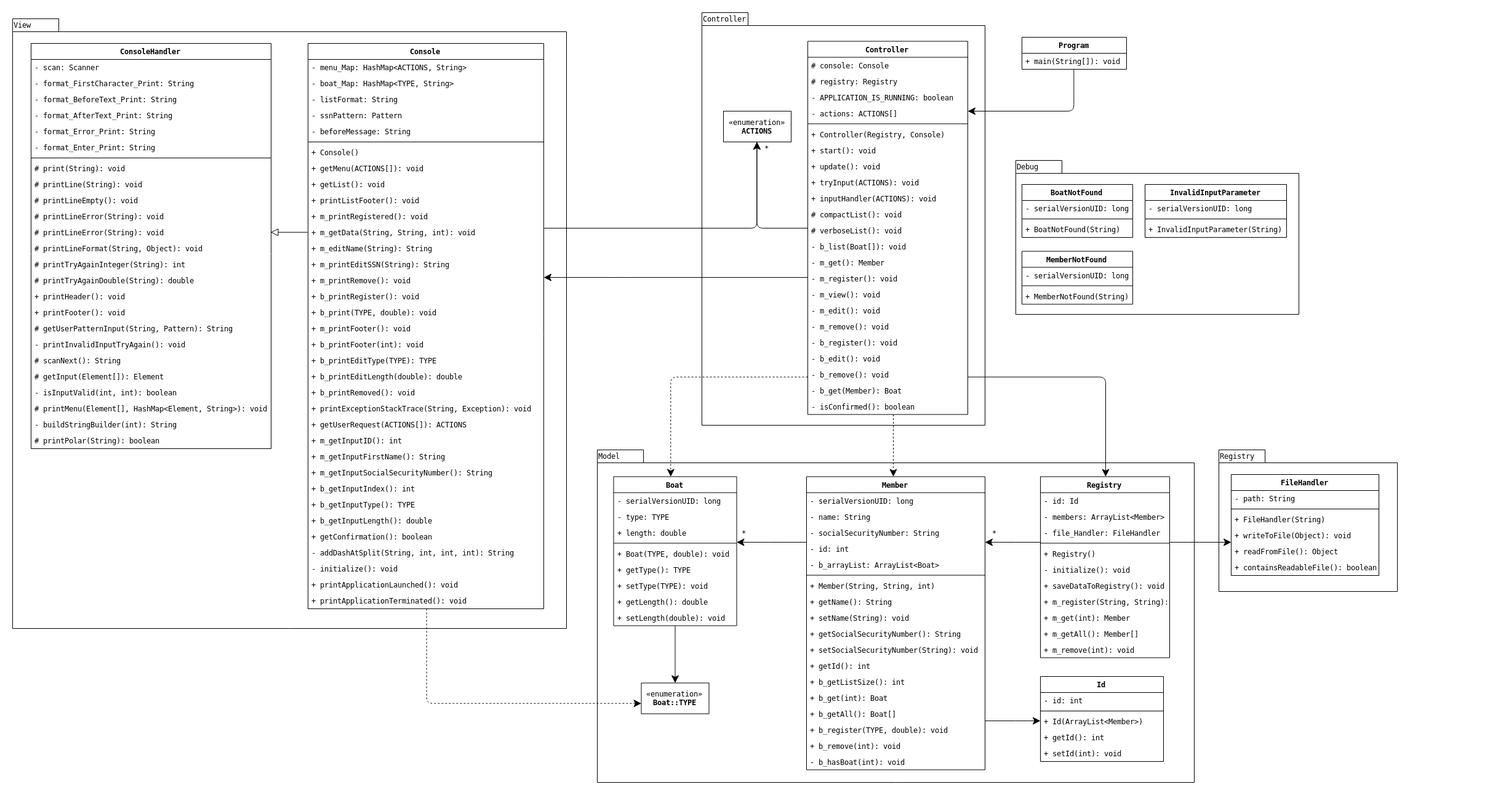
Before: 1DV607/src/workshop2/Diagrams/Class_Diagram.png, a diagram exported from draw.io (Cusatelli/LNU-Courses). Source tidied: cells renumbered, new cells last; positions are measured from the earlier drawing's top-left corner, leaving out a move shared by most shapes.
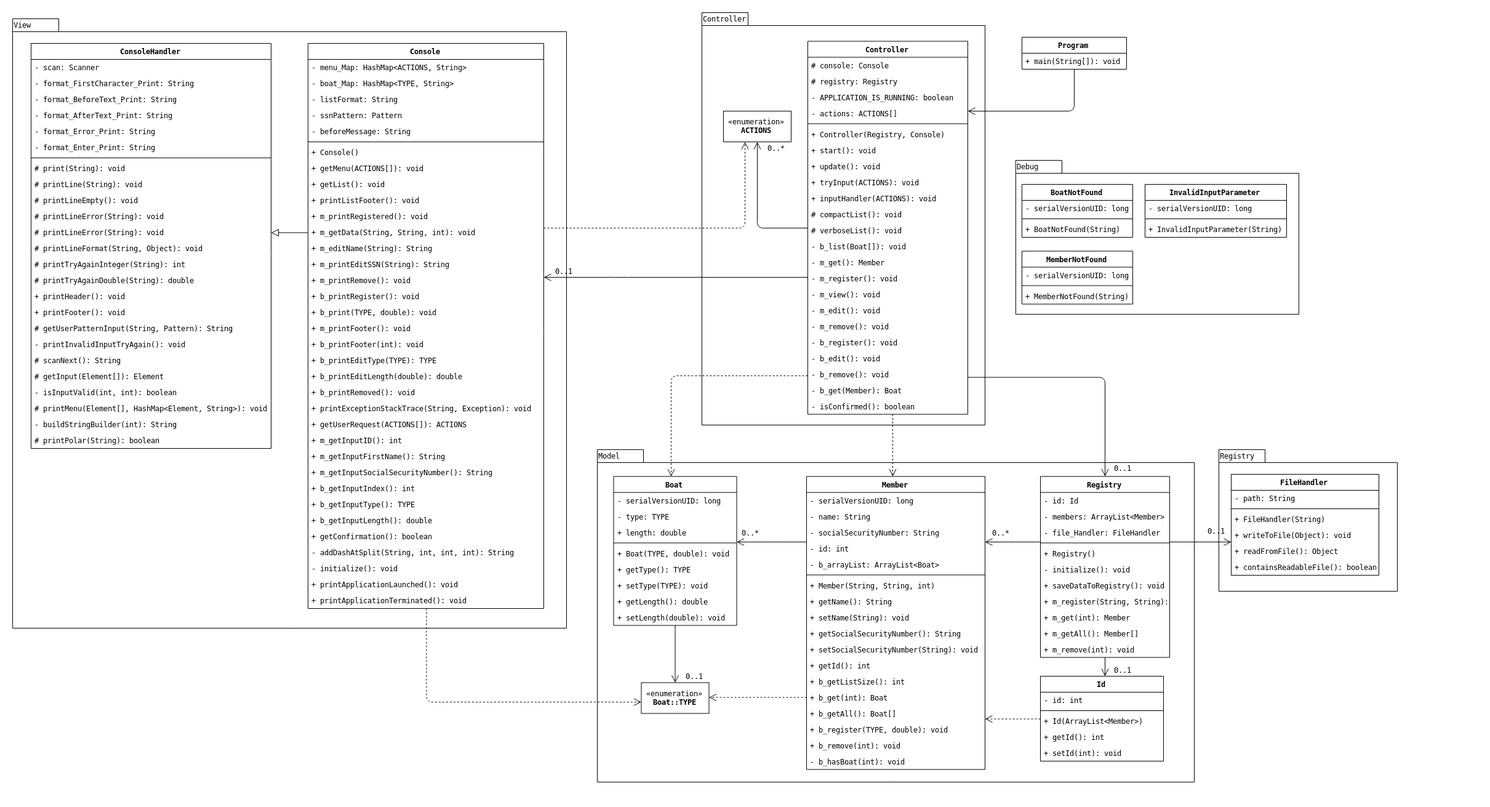
The same diagram one commit later.

Change to the diagram source:
```diff
@@ -86,11 +86,15 @@
     <mxCell id="29" value="«enumeration»&lt;br&gt;&lt;b&gt;ACTIONS&lt;/b&gt;" style="html=1;" parent="2" vertex="1">
       <mxGeometry x="35" y="160" width="110" height="50" as="geometry" />
     </mxCell>
-    <mxCell id="30" style="edgeStyle=orthogonalEdgeStyle;rounded=1;jettySize=auto;html=1;entryX=0.5;entryY=1;entryDx=0;entryDy=0;endSize=10;startSize=10;" parent="2" edge="1" source="5" target="29">
-      <mxGeometry relative="1" as="geometry" />
+    <mxCell id="30" style="edgeStyle=orthogonalEdgeStyle;rounded=1;jettySize=auto;html=1;entryX=0.5;entryY=1;entryDx=0;entryDy=0;endSize=10;startSize=10;endArrow=open;endFill=0;" parent="2" edge="1" source="5" target="29">
+      <mxGeometry relative="1" as="geometry">
+        <Array as="points">
+          <mxPoint x="89" y="350" />
+        </Array>
+      </mxGeometry>
     </mxCell>
-    <mxCell id="31" value="*" style="text;html=1;align=left;verticalAlign=top;spacingTop=-4;" parent="2" vertex="1">
-      <mxGeometry x="100" y="210" width="20" height="20" as="geometry" />
+    <mxCell id="31" value="0..*" style="text;html=1;align=left;verticalAlign=top;spacingTop=-4;" parent="2" vertex="1">
+      <mxGeometry x="105" y="210" width="40" height="20" as="geometry" />
     </mxCell>
     <mxCell id="32" style="group;" parent="1" vertex="1">
       <mxGeometry x="1630" y="240" width="460" height="250" as="geometry" />
@@ -269,14 +273,13 @@
     <mxCell id="90" value="+ setLength(double): void" style="text;strokeColor=none;fillColor=none;align=left;verticalAlign=top;spacingLeft=4;spacingRight=4;overflow=hidden;" parent="81" vertex="1">
       <mxGeometry y="216" width="200" height="26" as="geometry" />
     </mxCell>
-    <mxCell id="91" style="edgeStyle=orthogonalEdgeStyle;rounded=1;jettySize=auto;html=1;endSize=10;startSize=10;" parent="1" edge="1" source="81" target="61">
+    <mxCell id="91" style="edgeStyle=orthogonalEdgeStyle;rounded=1;jettySize=auto;html=1;endSize=10;startSize=10;endArrow=open;endFill=0;" parent="1" edge="1" source="81" target="61">
       <mxGeometry relative="1" as="geometry" />
     </mxCell>
-    <mxCell id="92" style="edgeStyle=orthogonalEdgeStyle;rounded=1;jettySize=auto;html=1;endSize=10;startSize=10;" parent="1" edge="1" source="62" target="93">
+    <mxCell id="92" style="edgeStyle=orthogonalEdgeStyle;rounded=1;jettySize=auto;html=1;endSize=10;startSize=10;endArrow=open;endFill=0;" parent="1" edge="1" source="49" target="93">
       <mxGeometry relative="1" as="geometry">
         <Array as="points">
-          <mxPoint x="1640" y="1150" />
-          <mxPoint x="1640" y="1150" />
+          <mxPoint x="1774" y="1150" />
         </Array>
       </mxGeometry>
     </mxCell>
@@ -298,7 +301,7 @@
     <mxCell id="98" value="+ setId(int): void" style="text;strokeColor=none;fillColor=none;align=left;verticalAlign=top;spacingLeft=4;spacingRight=4;overflow=hidden;" parent="93" vertex="1">
       <mxGeometry y="112" width="200" height="26" as="geometry" />
     </mxCell>
-    <mxCell id="99" style="edgeStyle=orthogonalEdgeStyle;rounded=1;jettySize=auto;html=1;endSize=10;startSize=10;" parent="1" edge="1" source="49" target="62">
+    <mxCell id="99" style="edgeStyle=orthogonalEdgeStyle;rounded=1;jettySize=auto;html=1;endSize=10;startSize=10;endArrow=open;endFill=0;" parent="1" edge="1" source="49" target="62">
       <mxGeometry relative="1" as="geometry">
         <Array as="points">
           <mxPoint x="1620" y="860" />
@@ -306,7 +309,7 @@
         </Array>
       </mxGeometry>
     </mxCell>
-    <mxCell id="100" style="edgeStyle=orthogonalEdgeStyle;rounded=1;jettySize=auto;html=1;endSize=10;startSize=10;" parent="1" edge="1" source="62" target="81">
+    <mxCell id="100" style="edgeStyle=orthogonalEdgeStyle;rounded=1;jettySize=auto;html=1;endSize=10;startSize=10;endArrow=open;endFill=0;" parent="1" edge="1" source="62" target="81">
       <mxGeometry relative="1" as="geometry">
         <Array as="points">
           <mxPoint x="1240" y="860" />
@@ -314,11 +317,11 @@
         </Array>
       </mxGeometry>
     </mxCell>
-    <mxCell id="101" value="*" style="text;html=1;align=left;verticalAlign=top;spacingTop=-4;" parent="1" vertex="1">
-      <mxGeometry x="1183" y="835" width="20" height="20" as="geometry" />
+    <mxCell id="101" value="0..*" style="text;html=1;align=left;verticalAlign=top;spacingTop=-4;" parent="1" vertex="1">
+      <mxGeometry x="1183" y="835" width="40" height="20" as="geometry" />
     </mxCell>
-    <mxCell id="102" value="*" style="text;html=1;align=left;verticalAlign=top;spacingTop=-4;" parent="1" vertex="1">
-      <mxGeometry x="1590" y="835" width="20" height="20" as="geometry" />
+    <mxCell id="102" value="0..*" style="text;html=1;align=left;verticalAlign=top;spacingTop=-4;" parent="1" vertex="1">
+      <mxGeometry x="1590" y="835" width="40" height="20" as="geometry" />
     </mxCell>
     <mxCell id="103" style="group;" parent="1" vertex="1">
       <mxGeometry x="1960" y="710" width="420" height="560" as="geometry" />
@@ -554,7 +557,7 @@
     <mxCell id="180" value="+ main(String[]): void" style="text;strokeColor=none;fillColor=none;align=left;verticalAlign=top;spacingLeft=4;spacingRight=4;overflow=hidden;" parent="179" vertex="1">
       <mxGeometry y="26" width="170" height="26" as="geometry" />
     </mxCell>
-    <mxCell id="181" style="edgeStyle=orthogonalEdgeStyle;rounded=1;jettySize=auto;html=1;endSize=10;startSize=10;" parent="1" edge="1" source="5" target="116">
+    <mxCell id="181" style="edgeStyle=orthogonalEdgeStyle;rounded=1;jettySize=auto;html=1;endSize=10;startSize=10;endArrow=open;endFill=0;" parent="1" edge="1" source="5" target="116">
       <mxGeometry relative="1" as="geometry">
         <Array as="points">
           <mxPoint x="990" y="430" />
@@ -562,21 +565,21 @@
         </Array>
       </mxGeometry>
     </mxCell>
-    <mxCell id="182" style="edgeStyle=orthogonalEdgeStyle;rounded=1;jettySize=auto;html=1;endSize=10;startSize=10;" parent="1" edge="1" source="5" target="49">
+    <mxCell id="182" style="edgeStyle=orthogonalEdgeStyle;rounded=1;jettySize=auto;html=1;endSize=10;startSize=10;endArrow=open;endFill=0;" parent="1" edge="1" source="5" target="49">
       <mxGeometry relative="1" as="geometry">
         <Array as="points">
           <mxPoint x="1776" y="592" />
         </Array>
       </mxGeometry>
     </mxCell>
-    <mxCell id="183" style="edgeStyle=orthogonalEdgeStyle;rounded=1;jettySize=auto;html=1;endSize=10;startSize=10;dashed=1;" parent="1" edge="1" source="5" target="81">
+    <mxCell id="183" style="edgeStyle=orthogonalEdgeStyle;rounded=1;jettySize=auto;html=1;endSize=10;startSize=10;dashed=1;endArrow=open;endFill=0;" parent="1" edge="1" source="5" target="81">
       <mxGeometry relative="1" as="geometry">
         <Array as="points">
           <mxPoint x="1070" y="591" />
         </Array>
       </mxGeometry>
     </mxCell>
-    <mxCell id="184" style="edgeStyle=orthogonalEdgeStyle;rounded=1;jettySize=auto;html=1;endSize=10;startSize=10;dashed=1;" parent="1" edge="1" source="5" target="62">
+    <mxCell id="184" style="edgeStyle=orthogonalEdgeStyle;rounded=1;jettySize=auto;html=1;endSize=10;startSize=10;dashed=1;endArrow=open;endFill=0;" parent="1" edge="1" source="5" target="62">
       <mxGeometry relative="1" as="geometry">
         <Array as="points">
           <mxPoint x="1431" y="730" />
@@ -584,21 +587,21 @@
         </Array>
       </mxGeometry>
     </mxCell>
-    <mxCell id="185" style="edgeStyle=orthogonalEdgeStyle;rounded=1;jettySize=auto;html=1;endSize=10;startSize=10;" parent="1" edge="1" source="116" target="29">
+    <mxCell id="185" style="edgeStyle=orthogonalEdgeStyle;rounded=1;jettySize=auto;html=1;endSize=10;startSize=10;dashed=1;endArrow=open;endFill=0;" parent="1" edge="1" source="116" target="29">
       <mxGeometry relative="1" as="geometry">
         <Array as="points">
-          <mxPoint x="1209" y="350" />
+          <mxPoint x="1189" y="350" />
         </Array>
       </mxGeometry>
     </mxCell>
-    <mxCell id="186" style="edgeStyle=orthogonalEdgeStyle;rounded=1;jettySize=auto;html=1;endSize=10;startSize=10;dashed=1;" parent="1" edge="1" source="116" target="61">
+    <mxCell id="186" style="edgeStyle=orthogonalEdgeStyle;rounded=1;jettySize=auto;html=1;endSize=10;startSize=10;dashed=1;endArrow=open;endFill=0;" parent="1" edge="1" source="116" target="61">
       <mxGeometry relative="1" as="geometry">
         <Array as="points">
           <mxPoint x="672" y="1121" />
         </Array>
       </mxGeometry>
     </mxCell>
-    <mxCell id="187" style="edgeStyle=orthogonalEdgeStyle;rounded=1;jettySize=auto;html=1;endSize=10;startSize=10;" parent="1" edge="1" source="49" target="106">
+    <mxCell id="187" style="edgeStyle=orthogonalEdgeStyle;rounded=1;jettySize=auto;html=1;endSize=10;startSize=10;endArrow=open;endFill=0;" parent="1" edge="1" source="49" target="106">
       <mxGeometry relative="1" as="geometry">
         <Array as="points">
           <mxPoint x="1920" y="860" />
@@ -606,12 +609,43 @@
         </Array>
       </mxGeometry>
     </mxCell>
-    <mxCell id="188" style="edgeStyle=orthogonalEdgeStyle;rounded=1;jettySize=auto;html=1;endSize=10;startSize=10;" parent="1" edge="1" source="179" target="5">
+    <mxCell id="188" style="edgeStyle=orthogonalEdgeStyle;rounded=1;jettySize=auto;html=1;endSize=10;startSize=10;endArrow=open;endFill=0;" parent="1" edge="1" source="179" target="5">
       <mxGeometry relative="1" as="geometry">
         <Array as="points">
           <mxPoint x="1724" y="160" />
         </Array>
       </mxGeometry>
     </mxCell>
+    <mxCell id="189" value="0..1" style="text;html=1;align=left;verticalAlign=top;spacingTop=-4;" parent="1" vertex="1">
+      <mxGeometry x="880" y="410" width="40" height="20" as="geometry" />
+    </mxCell>
+    <mxCell id="190" value="0..1" style="text;html=1;align=left;verticalAlign=top;spacingTop=-4;" parent="1" vertex="1">
+      <mxGeometry x="1788" y="730" width="40" height="20" as="geometry" />
+    </mxCell>
+    <mxCell id="191" value="0..1" style="text;html=1;align=left;verticalAlign=top;spacingTop=-4;" parent="1" vertex="1">
+      <mxGeometry x="1940" y="832" width="40" height="20" as="geometry" />
+    </mxCell>
+    <mxCell id="192" value="0..1" style="text;html=1;align=left;verticalAlign=top;spacingTop=-4;" parent="1" vertex="1">
+      <mxGeometry x="1788" y="1058" width="40" height="20" as="geometry" />
+    </mxCell>
+    <mxCell id="193" style="edgeStyle=orthogonalEdgeStyle;rounded=1;jettySize=auto;html=1;endSize=10;startSize=10;dashed=1;endArrow=open;endFill=0;" parent="1" edge="1" source="93" target="62">
+      <mxGeometry relative="1" as="geometry">
+        <Array as="points">
+          <mxPoint x="1600" y="1147" />
+          <mxPoint x="1600" y="1147" />
+        </Array>
+      </mxGeometry>
+    </mxCell>
+    <mxCell id="194" style="edgeStyle=orthogonalEdgeStyle;rounded=1;jettySize=auto;html=1;endSize=10;startSize=10;dashed=1;endArrow=open;endFill=0;" parent="1" edge="1" source="62" target="61">
+      <mxGeometry relative="1" as="geometry">
+        <Array as="points">
+          <mxPoint x="1250" y="1113" />
+          <mxPoint x="1250" y="1113" />
+        </Array>
+      </mxGeometry>
+    </mxCell>
+    <mxCell id="195" value="0..1" style="text;html=1;align=left;verticalAlign=top;spacingTop=-4;" parent="1" vertex="1">
+      <mxGeometry x="1091.5" y="1068" width="40" height="20" as="geometry" />
+    </mxCell>
   </root>
 </mxGraphModel>
```
